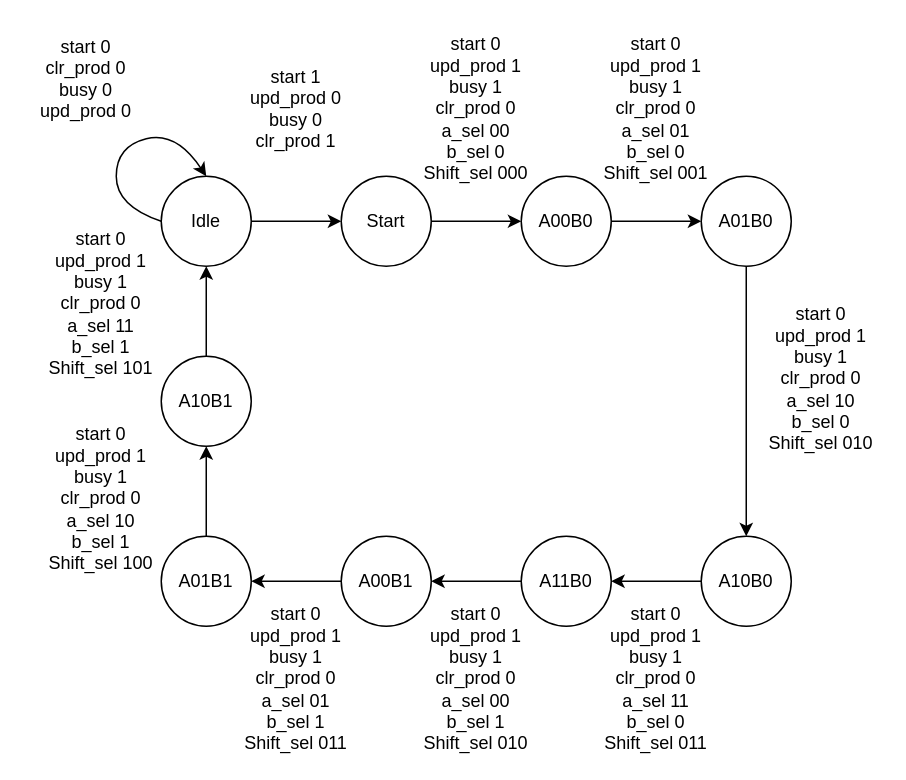
Above: FSM.drawio in ofek512/MatamStory (draw.io), before the change. Source tidied: cells renumbered, new cells numbered last; positions are measured from the earlier drawing's top-left corner, leaving out a move shared by most shapes. Both pictures are drawn from the tidied source at 150%, with x=0, y=0 at pixel (26, 26).
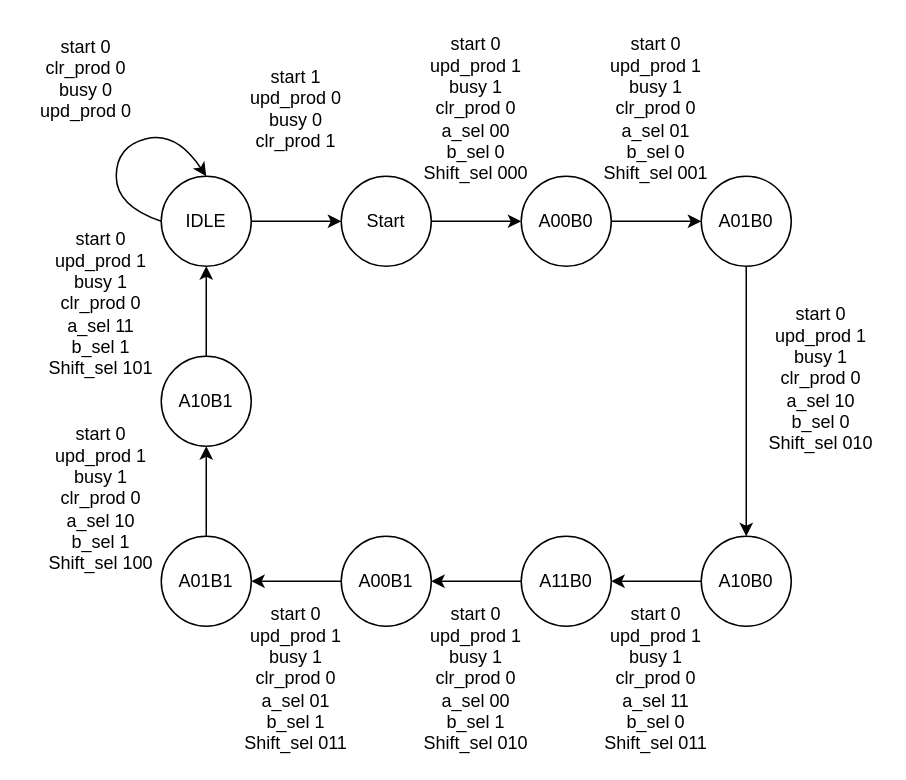
After the change.

The edit, as a diff of the source:
```diff
@@
-    <mxCell id="5" value="Idle" style="shape=ellipse;html=1;dashed=0;whiteSpace=wrap;perimeter=ellipsePerimeter;" parent="1" vertex="1">
+    <mxCell id="5" value="IDLE" style="shape=ellipse;html=1;dashed=0;whiteSpace=wrap;perimeter=ellipsePerimeter;" parent="1" vertex="1">
       <mxGeometry x="90" y="100" width="60" height="60" as="geometry" />
     </mxCell>
```
